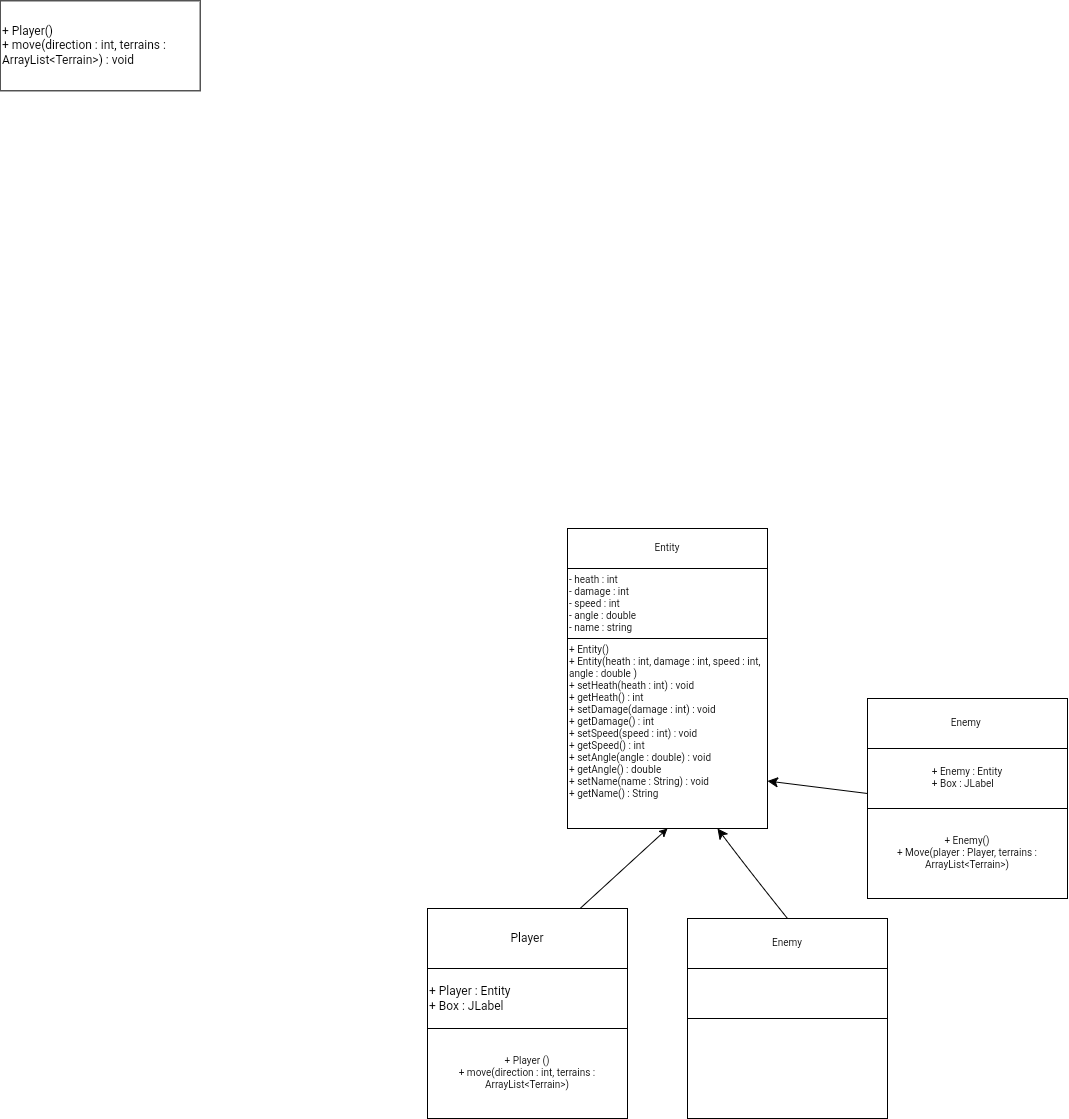
Above: Guides/Class Diagram.drawio.png in Anh39/Bomberman (draw.io), before the change. Source tidied: cells renumbered, new cells last; positions are measured from the earlier drawing's top-left corner, leaving out a move shared by most shapes.
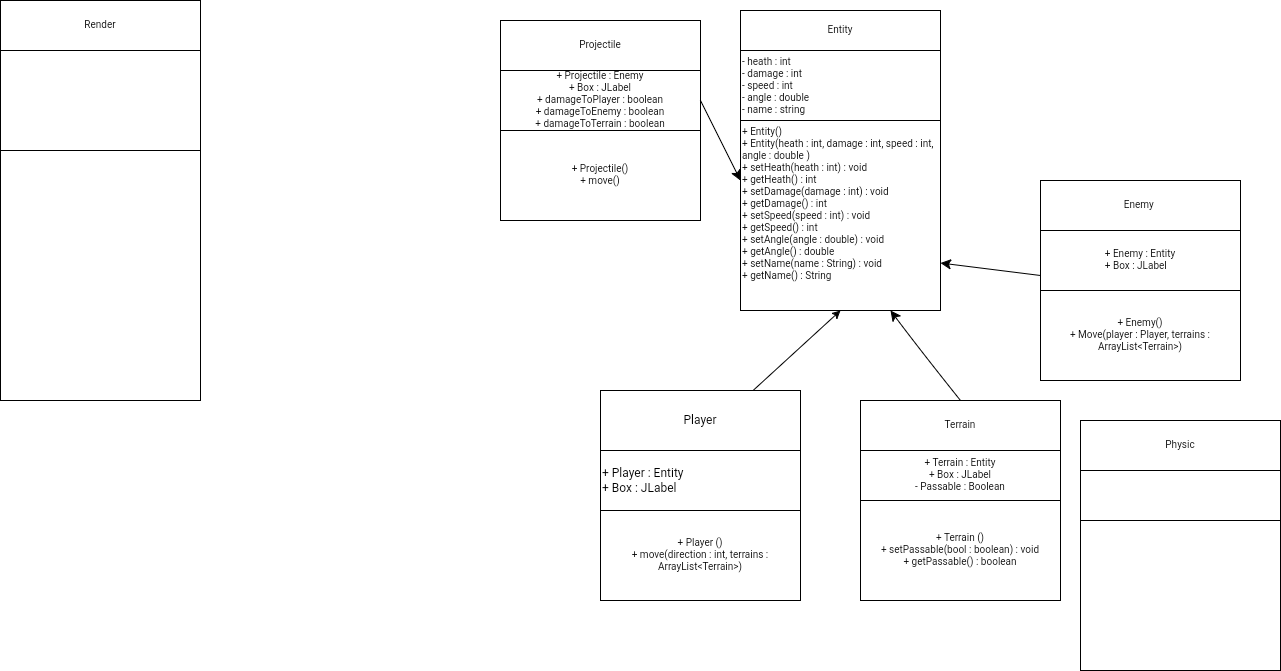
Later version of the same file.

Diff of the diagram source:
```diff
@@ -2,6 +2,9 @@
   <root>
     <mxCell id="0" />
     <mxCell id="1" parent="0" />
+    <mxCell id="22" style="rounded=0;whiteSpace=wrap;html=1;fontSize=10;" parent="1" vertex="1">
+      <mxGeometry x="-173" y="518" width="200" height="400" as="geometry" />
+    </mxCell>
     <mxCell id="2" style="rounded=0;whiteSpace=wrap;html=1;" parent="1" vertex="1">
       <mxGeometry x="427" y="908" width="200" height="210" as="geometry" />
     </mxCell>
@@ -19,9 +22,6 @@
     <mxCell id="6" value="+ Player : Entity&lt;br&gt;+ Box : JLabel" style="rounded=0;whiteSpace=wrap;html=1;align=left;" parent="1" vertex="1">
       <mxGeometry x="427" y="968" width="200" height="60" as="geometry" />
     </mxCell>
-    <mxCell id="7" value="+ Player()&lt;br&gt;+ move(direction : int, terrains : ArrayList&amp;lt;Terrain&amp;gt;) : void" style="rounded=0;whiteSpace=wrap;html=1;align=left;" parent="1" vertex="1">
-      <mxGeometry x="-0.3" y="0.3" width="200" height="90" as="geometry" />
-    </mxCell>
     <mxCell id="8" style="rounded=0;whiteSpace=wrap;html=1;fontSize=10;" parent="1" vertex="1">
       <mxGeometry x="567" y="528" width="200" height="250" as="geometry" />
     </mxCell>
@@ -49,13 +49,13 @@
     <mxCell id="16" style="rounded=0;whiteSpace=wrap;html=1;fontSize=10;" parent="1" vertex="1">
       <mxGeometry x="687" y="918" width="200" height="200" as="geometry" />
     </mxCell>
-    <mxCell id="17" value="Enemy" style="rounded=0;whiteSpace=wrap;html=1;fontSize=10;" parent="1" vertex="1">
+    <mxCell id="17" value="Terrain" style="rounded=0;whiteSpace=wrap;html=1;fontSize=10;" parent="1" vertex="1">
       <mxGeometry x="687" y="918" width="200" height="50" as="geometry" />
     </mxCell>
-    <mxCell id="18" style="rounded=0;whiteSpace=wrap;html=1;fontSize=10;" parent="1" vertex="1">
+    <mxCell id="18" value="+ Terrain : Entity&lt;br&gt;+ Box : JLabel&lt;br&gt;- Passable : Boolean" style="rounded=0;whiteSpace=wrap;html=1;fontSize=10;" parent="1" vertex="1">
       <mxGeometry x="687" y="968" width="200" height="50" as="geometry" />
     </mxCell>
-    <mxCell id="19" style="rounded=0;whiteSpace=wrap;html=1;fontSize=10;" parent="1" vertex="1">
+    <mxCell id="19" value="+ Terrain ()&lt;br&gt;+ setPassable(bool : boolean) : void&lt;br&gt;+ getPassable() : boolean" style="rounded=0;whiteSpace=wrap;html=1;fontSize=10;" parent="1" vertex="1">
       <mxGeometry x="687" y="1018" width="200" height="100" as="geometry" />
     </mxCell>
     <mxCell id="20" style="endArrow=classic;html=1;rounded=0;fontSize=10;startSize=8;endSize=8;curved=1;entryX=0.75;entryY=1;entryDx=0;entryDy=0;exitX=0.5;exitY=0;exitDx=0;exitDy=0;" parent="1" edge="1" source="17" target="10">
@@ -68,5 +68,40 @@
     <mxCell id="21" value="+ Player ()&lt;br&gt;+ move(direction : int, terrains : ArrayList&amp;lt;Terrain&amp;gt;)" style="rounded=0;whiteSpace=wrap;html=1;fontSize=10;" parent="1" vertex="1">
       <mxGeometry x="427" y="1028" width="200" height="90" as="geometry" />
     </mxCell>
+    <mxCell id="23" style="rounded=0;whiteSpace=wrap;html=1;fontSize=10;" parent="1" vertex="1">
+      <mxGeometry x="327" y="538" width="200" height="200" as="geometry" />
+    </mxCell>
+    <mxCell id="24" value="Projectile" style="rounded=0;whiteSpace=wrap;html=1;fontSize=10;" parent="1" vertex="1">
+      <mxGeometry x="327" y="538" width="200" height="50" as="geometry" />
+    </mxCell>
+    <mxCell id="25" value="+ Projectile : Enemy&lt;br&gt;+ Box : JLabel&lt;br&gt;+ damageToPlayer : boolean&lt;br&gt;+ damageToEnemy : boolean&lt;br&gt;+ damageToTerrain : boolean" style="rounded=0;whiteSpace=wrap;html=1;fontSize=10;" parent="1" vertex="1">
+      <mxGeometry x="327" y="588" width="200" height="60" as="geometry" />
+    </mxCell>
+    <mxCell id="26" value="+ Projectile()&lt;br&gt;+ move()" style="rounded=0;whiteSpace=wrap;html=1;fontSize=10;" parent="1" vertex="1">
+      <mxGeometry x="327" y="648" width="200" height="90" as="geometry" />
+    </mxCell>
+    <mxCell id="27" style="endArrow=classic;html=1;rounded=0;fontSize=10;startSize=8;endSize=8;curved=1;exitX=1;exitY=0.5;exitDx=0;exitDy=0;" parent="1" edge="1" source="25">
+      <mxGeometry relative="1" as="geometry">
+        <mxPoint x="567" y="698" as="targetPoint" />
+      </mxGeometry>
+    </mxCell>
+    <mxCell id="28" style="rounded=0;whiteSpace=wrap;html=1;fontSize=10;" parent="1" vertex="1">
+      <mxGeometry x="907" y="938" width="200" height="250" as="geometry" />
+    </mxCell>
+    <mxCell id="29" value="Physic" style="rounded=0;whiteSpace=wrap;html=1;fontSize=10;" parent="1" vertex="1">
+      <mxGeometry x="907" y="938" width="200" height="50" as="geometry" />
+    </mxCell>
+    <mxCell id="30" style="rounded=0;whiteSpace=wrap;html=1;fontSize=10;" parent="1" vertex="1">
+      <mxGeometry x="907" y="988" width="200" height="50" as="geometry" />
+    </mxCell>
+    <mxCell id="31" style="rounded=0;whiteSpace=wrap;html=1;fontSize=10;" parent="1" vertex="1">
+      <mxGeometry x="907" y="1038" width="200" height="150" as="geometry" />
+    </mxCell>
+    <mxCell id="32" value="Render" style="rounded=0;whiteSpace=wrap;html=1;fontSize=10;" parent="1" vertex="1">
+      <mxGeometry x="-173" y="518" width="200" height="50" as="geometry" />
+    </mxCell>
+    <mxCell id="33" style="rounded=0;whiteSpace=wrap;html=1;fontSize=10;" parent="1" vertex="1">
+      <mxGeometry x="-173" y="568" width="200" height="100" as="geometry" />
+    </mxCell>
   </root>
 </mxGraphModel>
```
